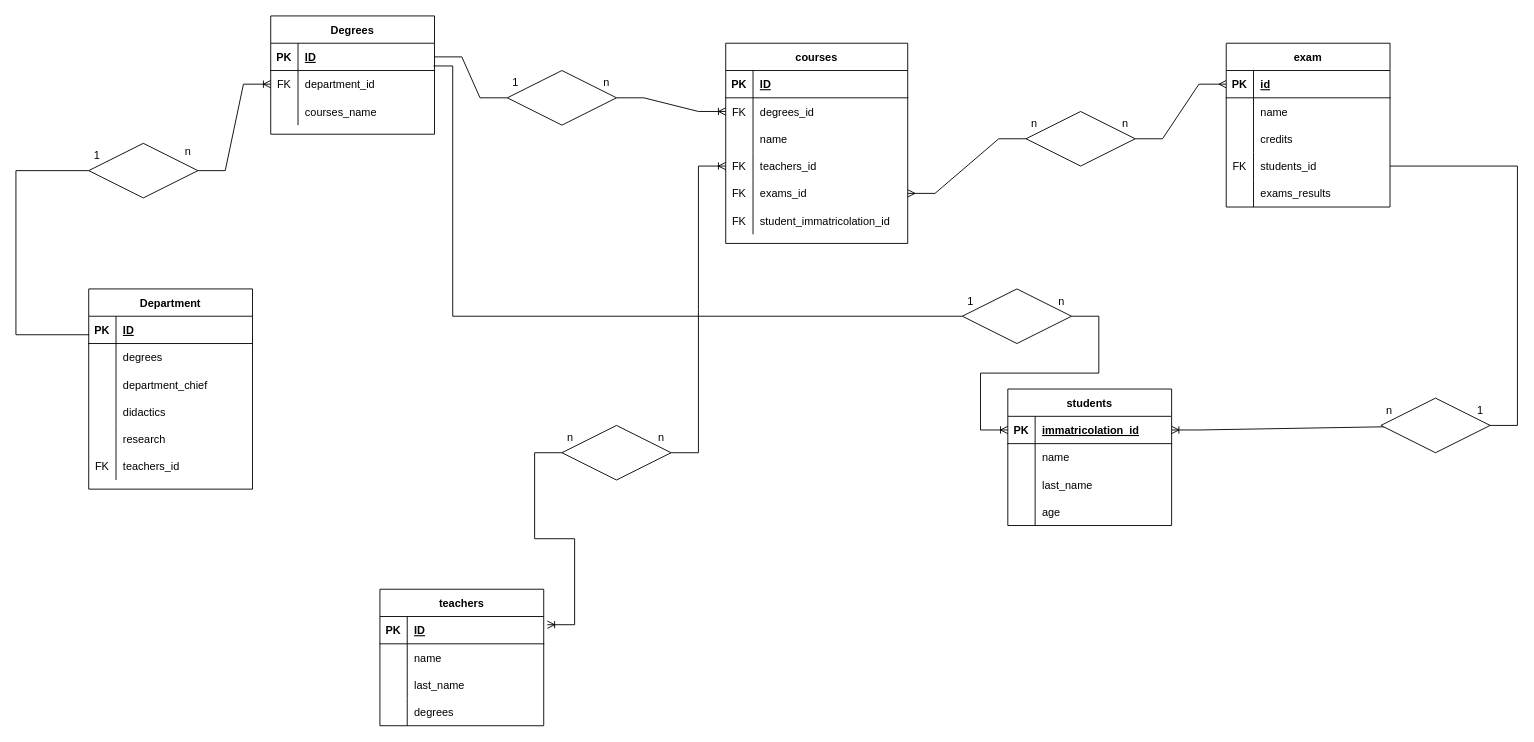
This is Untitled Diagram.drawio from Stefano009/db-university, a draw.io file, before an edit. Source tidied: cells renumbered, new cells numbered last; positions are measured from the earlier drawing's top-left corner, leaving out a move shared by most shapes. Both pictures are drawn from the tidied source at 91%, with x=0, y=0 at pixel (15, 15).
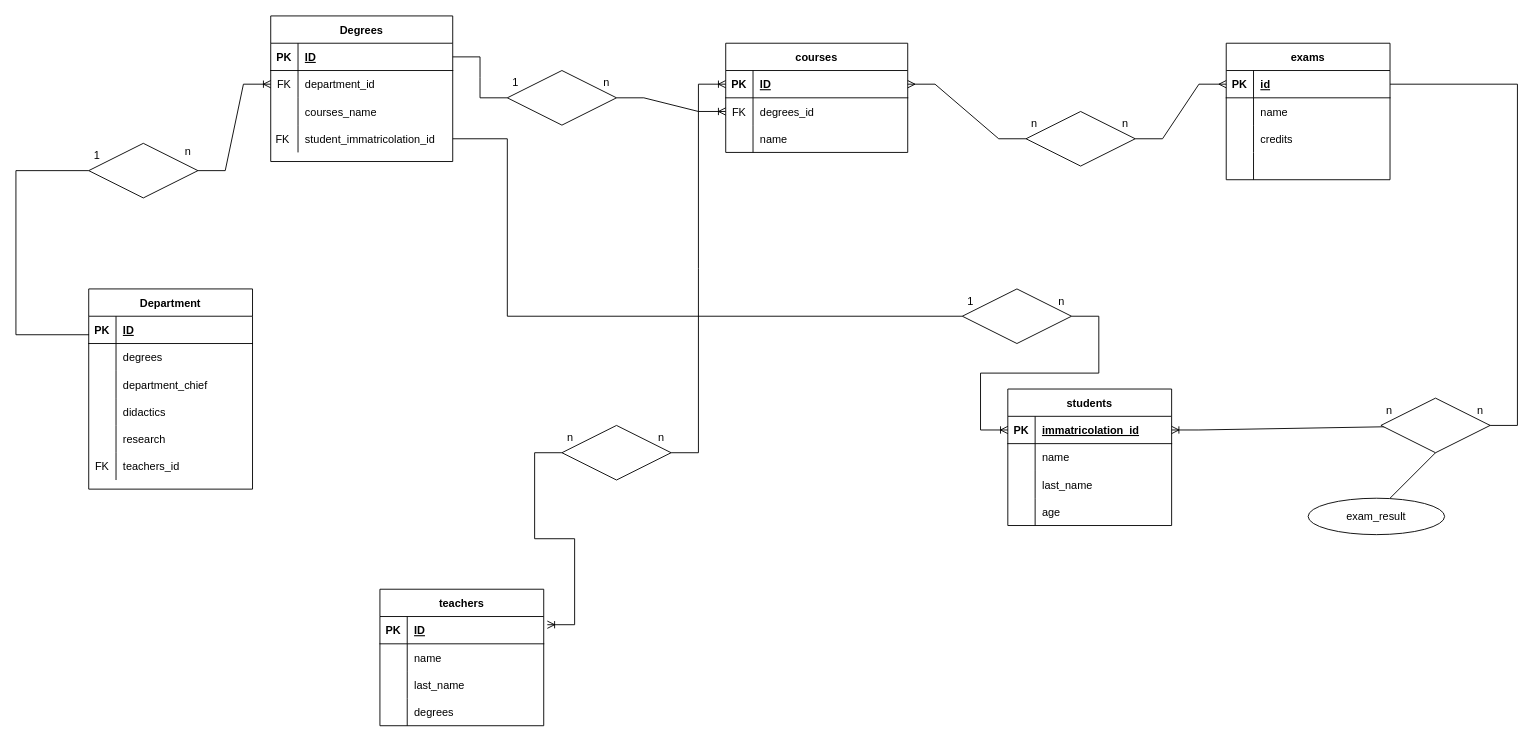
Above is the later version.

Unchanged cells that the change refers to:
```xml
<mxCell id="37" style="shape=partialRectangle;fillColor=none;top=0;left=0;bottom=1;right=0;points=[[0,0.5],[1,0.5]];portConstraint=eastwest;" parent="36" vertex="1">
  <mxGeometry y="30" width="200" height="30" as="geometry" />
</mxCell>
<mxCell id="56" style="shape=rhombus;perimeter=rhombusPerimeter;whiteSpace=wrap;html=1;align=center;" parent="1" vertex="1">
  <mxGeometry x="600" y="450" width="120" height="60" as="geometry" />
</mxCell>
<mxCell id="93" style="shape=partialRectangle;fillColor=none;top=0;left=0;bottom=1;right=0;points=[[0,0.5],[1,0.5]];portConstraint=eastwest;" parent="92" vertex="1">
  <mxGeometry y="30" width="180" height="30" as="geometry" />
</mxCell>
<mxCell id="108" style="shape=rhombus;perimeter=rhombusPerimeter;whiteSpace=wrap;html=1;align=center;" parent="1" vertex="1">
  <mxGeometry x="1040" y="300" width="120" height="60" as="geometry" />
</mxCell>
<mxCell id="113" style="shape=rhombus;perimeter=rhombusPerimeter;whiteSpace=wrap;html=1;align=center;" parent="1" vertex="1">
  <mxGeometry x="1110" y="105" width="120" height="60" as="geometry" />
</mxCell>
<mxCell id="120" style="shape=rhombus;perimeter=rhombusPerimeter;whiteSpace=wrap;html=1;align=center;" parent="1" vertex="1">
  <mxGeometry x="1500" y="420" width="120" height="60" as="geometry" />
</mxCell>
```

Diff of the diagram source:
```diff
@@
     <mxCell id="21" value="Degrees" style="shape=table;startSize=30;childLayout=tableLayout;rowLines=0;fontStyle=1;align=center;" parent="1" vertex="1">
-      <mxGeometry x="280" width="180" height="130" as="geometry" />
+      <mxGeometry x="280" width="200" height="160" as="geometry" />
     </mxCell>
     <mxCell id="22" style="shape=partialRectangle;fillColor=none;top=0;left=0;bottom=1;right=0;points=[[0,0.5],[1,0.5]];portConstraint=eastwest;" parent="21" vertex="1">
-      <mxGeometry y="30" width="180" height="30" as="geometry" />
+      <mxGeometry y="30" width="200" height="30" as="geometry" />
     </mxCell>
@@
     <mxCell id="24" value="ID" style="shape=partialRectangle;fillColor=none;top=0;left=0;bottom=0;right=0;align=left;spacingLeft=6;fontStyle=5;overflow=hidden;" parent="22" vertex="1">
-      <mxGeometry x="30" width="150" height="30" as="geometry" />
+      <mxGeometry x="30" width="170" height="30" as="geometry" />
     </mxCell>
     <mxCell id="25" style="shape=partialRectangle;fillColor=none;top=0;left=0;bottom=0;right=0;points=[[0,0.5],[1,0.5]];portConstraint=eastwest;" parent="21" vertex="1">
-      <mxGeometry y="60" width="180" height="30" as="geometry" />
+      <mxGeometry y="60" width="200" height="30" as="geometry" />
     </mxCell>
@@
     <mxCell id="27" value="department_id" style="shape=partialRectangle;fillColor=none;top=0;left=0;bottom=0;right=0;align=left;spacingLeft=6;overflow=hidden;" parent="25" vertex="1">
-      <mxGeometry x="30" width="150" height="30" as="geometry" />
+      <mxGeometry x="30" width="170" height="30" as="geometry" />
     </mxCell>
     <mxCell id="28" style="shape=partialRectangle;fillColor=none;top=0;left=0;bottom=0;right=0;" parent="21" vertex="1">
-      <mxGeometry y="90" width="180" height="30" as="geometry" />
+      <mxGeometry y="90" width="200" height="30" as="geometry" />
     </mxCell>
@@
     <mxCell id="30" value="courses_name" style="shape=partialRectangle;fillColor=none;top=0;left=0;bottom=0;right=0;align=left;spacingLeft=6;overflow=hidden;" parent="28" vertex="1">
-      <mxGeometry x="30" width="150" height="30" as="geometry" />
+      <mxGeometry x="30" width="170" height="30" as="geometry" />
     </mxCell>
+    <mxCell id="46" style="shape=partialRectangle;fillColor=none;top=0;left=0;bottom=0;right=0;points=[[0,0.5],[1,0.5]];portConstraint=eastwest;" parent="21" vertex="1">
+      <mxGeometry y="120" width="200" height="30" as="geometry" />
+    </mxCell>
+    <mxCell id="122" value="FK " style="shape=partialRectangle;fillColor=none;top=0;left=0;bottom=0;right=0;overflow=hidden;" parent="46" vertex="1">
+      <mxGeometry width="30" height="30" as="geometry" />
+    </mxCell>
+    <mxCell id="54" value="student_immatricolation_id" style="shape=partialRectangle;fillColor=none;top=0;left=0;bottom=0;right=0;align=left;spacingLeft=6;overflow=hidden;" parent="46" vertex="1">
+      <mxGeometry x="30" width="170" height="30" as="geometry" />
+    </mxCell>
@@
     <mxCell id="36" value="courses" style="shape=table;startSize=30;childLayout=tableLayout;rowLines=0;fontStyle=1;align=center;" parent="1" vertex="1">
-      <mxGeometry x="780" y="30" width="200" height="220" as="geometry" />
+      <mxGeometry x="780" y="30" width="200" height="120" as="geometry" />
     </mxCell>
@@
-    <mxCell id="46" style="shape=partialRectangle;fillColor=none;top=0;left=0;bottom=0;right=0;points=[[0,0.5],[1,0.5]];portConstraint=eastwest;" parent="36" vertex="1">
-      <mxGeometry y="120" width="200" height="30" as="geometry" />
-    </mxCell>
-    <mxCell id="47" value="FK" style="shape=partialRectangle;fillColor=none;top=0;left=0;bottom=0;right=0;overflow=hidden;" parent="46" vertex="1">
-      <mxGeometry width="30" height="30" as="geometry" />
-    </mxCell>
-    <mxCell id="48" value="teachers_id" style="shape=partialRectangle;fillColor=none;top=0;left=0;bottom=0;right=0;align=left;spacingLeft=6;overflow=hidden;" parent="46" vertex="1">
-      <mxGeometry x="30" width="170" height="30" as="geometry" />
-    </mxCell>
-    <mxCell id="49" style="shape=partialRectangle;fillColor=none;top=0;left=0;bottom=0;right=0;points=[[0,0.5],[1,0.5]];portConstraint=eastwest;" parent="36" vertex="1">
-      <mxGeometry y="150" width="200" height="30" as="geometry" />
-    </mxCell>
-    <mxCell id="50" value="FK" style="shape=partialRectangle;fillColor=none;top=0;left=0;bottom=0;right=0;overflow=hidden;" parent="49" vertex="1">
-      <mxGeometry width="30" height="30" as="geometry" />
-    </mxCell>
-    <mxCell id="51" value="exams_id" style="shape=partialRectangle;fillColor=none;top=0;left=0;bottom=0;right=0;align=left;spacingLeft=6;overflow=hidden;" parent="49" vertex="1">
-      <mxGeometry x="30" width="170" height="30" as="geometry" />
-    </mxCell>
-    <mxCell id="52" style="shape=partialRectangle;fillColor=none;top=0;left=0;bottom=0;right=0;" parent="36" vertex="1">
-      <mxGeometry y="180" width="200" height="30" as="geometry" />
-    </mxCell>
-    <mxCell id="53" value="FK" style="shape=partialRectangle;fillColor=none;top=0;left=0;bottom=0;right=0;overflow=hidden;" parent="52" vertex="1">
-      <mxGeometry width="30" height="30" as="geometry" />
-    </mxCell>
-    <mxCell id="54" value="student_immatricolation_id" style="shape=partialRectangle;fillColor=none;top=0;left=0;bottom=0;right=0;align=left;spacingLeft=6;overflow=hidden;" parent="52" vertex="1">
-      <mxGeometry x="30" width="170" height="30" as="geometry" />
-    </mxCell>
-    <mxCell id="55" style="edgeStyle=entityRelationEdgeStyle;fontSize=12;html=1;endArrow=ERoneToMany;startArrow=none;rounded=0;exitX=1;exitY=0.5;exitDx=0;exitDy=0;entryX=0;entryY=0.5;entryDx=0;entryDy=0;" parent="1" edge="1" source="56" target="46">
+    <mxCell id="55" style="edgeStyle=entityRelationEdgeStyle;fontSize=12;html=1;endArrow=ERoneToMany;startArrow=none;rounded=0;exitX=1;exitY=0.5;exitDx=0;exitDy=0;entryX=0;entryY=0.5;entryDx=0;entryDy=0;" parent="1" edge="1" source="56" target="37">
       <mxGeometry relative="1" as="geometry" />
     </mxCell>
@@
-    <mxCell id="92" value="exam" style="shape=table;startSize=30;childLayout=tableLayout;rowLines=0;fontStyle=1;align=center;" parent="1" vertex="1">
-      <mxGeometry x="1330" y="30" width="180" height="180" as="geometry" />
+    <mxCell id="92" value="exams" style="shape=table;startSize=30;childLayout=tableLayout;rowLines=0;fontStyle=1;align=center;" parent="1" vertex="1">
+      <mxGeometry x="1330" y="30" width="180" height="150" as="geometry" />
     </mxCell>
@@
-    <mxCell id="102" style="shape=partialRectangle;fillColor=none;top=0;left=0;bottom=0;right=0;points=[[0,0.5],[1,0.5]];portConstraint=eastwest;" parent="92" vertex="1">
-      <mxGeometry y="120" width="180" height="30" as="geometry" />
-    </mxCell>
-    <mxCell id="103" value="FK" style="shape=partialRectangle;fillColor=none;top=0;left=0;bottom=0;right=0;overflow=hidden;" parent="102" vertex="1">
-      <mxGeometry width="30" height="30" as="geometry" />
-    </mxCell>
-    <mxCell id="104" value="students_id" style="shape=partialRectangle;fillColor=none;top=0;left=0;bottom=0;right=0;align=left;spacingLeft=6;overflow=hidden;" parent="102" vertex="1">
-      <mxGeometry x="30" width="150" height="30" as="geometry" />
-    </mxCell>
     <mxCell id="105" style="shape=partialRectangle;fillColor=none;top=0;left=0;bottom=0;right=0;" parent="92" vertex="1">
-      <mxGeometry y="150" width="180" height="30" as="geometry" />
+      <mxGeometry y="120" width="180" height="30" as="geometry" />
     </mxCell>
@@
-    <mxCell id="107" value="exams_results" style="shape=partialRectangle;fillColor=none;top=0;left=0;bottom=0;right=0;align=left;spacingLeft=6;overflow=hidden;" parent="105" vertex="1">
+    <mxCell id="107" style="shape=partialRectangle;fillColor=none;top=0;left=0;bottom=0;right=0;align=left;spacingLeft=6;overflow=hidden;" parent="105" vertex="1">
       <mxGeometry x="30" width="150" height="30" as="geometry" />
     </mxCell>
@@
-    <mxCell id="109" style="edgeStyle=elbowEdgeStyle;fontSize=12;html=1;endArrow=none;rounded=0;exitX=0.994;exitY=0.833;exitDx=0;exitDy=0;entryX=0;entryY=0.5;entryDx=0;entryDy=0;exitPerimeter=0;" parent="1" edge="1" source="22" target="108">
+    <mxCell id="109" style="edgeStyle=elbowEdgeStyle;fontSize=12;html=1;endArrow=none;rounded=0;entryX=0;entryY=0.5;entryDx=0;entryDy=0;exitX=1;exitY=0.5;exitDx=0;exitDy=0;" parent="1" edge="1" source="46" target="108">
       <mxGeometry relative="1" as="geometry">
         <Array as="points">
+          <mxPoint x="540" y="220" />
+          <mxPoint x="490" y="130" />
+          <mxPoint x="510" y="210" />
           <mxPoint x="480" y="150" />
         </Array>
       </mxGeometry>
     </mxCell>
@@
-    <mxCell id="114" style="edgeStyle=entityRelationEdgeStyle;fontSize=12;html=1;endArrow=none;startArrow=ERmany;rounded=0;exitX=1;exitY=0.5;exitDx=0;exitDy=0;entryX=0;entryY=0.5;entryDx=0;entryDy=0;" parent="1" edge="1" source="49" target="113">
+    <mxCell id="114" style="edgeStyle=entityRelationEdgeStyle;fontSize=12;html=1;endArrow=none;startArrow=ERmany;rounded=0;entryX=0;entryY=0.5;entryDx=0;entryDy=0;" parent="1" edge="1" source="37" target="113">
       <mxGeometry relative="1" as="geometry" />
     </mxCell>
@@
-    <mxCell id="118" value="1" style="text;strokeColor=none;fillColor=none;spacingLeft=4;spacingRight=4;overflow=hidden;fontSize=12;" parent="1" vertex="1">
+    <mxCell id="118" value="n" style="text;strokeColor=none;fillColor=none;spacingLeft=4;spacingRight=4;overflow=hidden;fontSize=12;" parent="1" vertex="1">
       <mxGeometry x="1600" y="420" width="40" height="30" as="geometry" />
     </mxCell>
@@
-    <mxCell id="121" style="edgeStyle=entityRelationEdgeStyle;fontSize=12;html=1;endArrow=none;rounded=0;exitX=1;exitY=0.5;exitDx=0;exitDy=0;" parent="1" edge="1" source="102" target="120">
+    <mxCell id="121" style="edgeStyle=entityRelationEdgeStyle;fontSize=12;html=1;endArrow=none;rounded=0;exitX=1;exitY=0.5;exitDx=0;exitDy=0;" parent="1" edge="1" source="93" target="120">
       <mxGeometry relative="1" as="geometry" />
     </mxCell>
+    <mxCell id="123" style="endArrow=none;html=1;rounded=0;" parent="1" edge="1">
+      <mxGeometry relative="1" as="geometry">
+        <mxPoint x="1510" y="530" as="sourcePoint" />
+        <mxPoint x="1560" y="480" as="targetPoint" />
+      </mxGeometry>
+    </mxCell>
+    <mxCell id="124" value="exam_result" style="ellipse;whiteSpace=wrap;html=1;" parent="1" vertex="1">
+      <mxGeometry x="1420" y="530" width="150" height="40" as="geometry" />
+    </mxCell>
```
